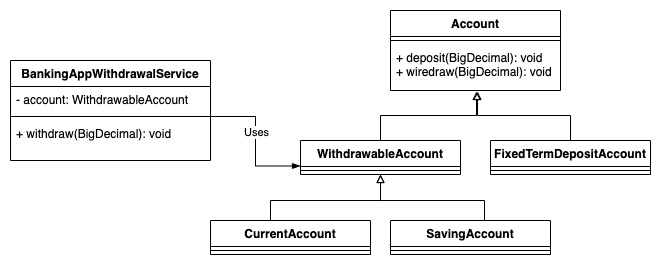
The draw.io diagram diagrams/lsp-after.png in mauriciogeneroso/solid-principles, before a commit. Source tidied: cells renumbered, new cells last; positions are measured from the earlier drawing's top-left corner, leaving out a move shared by most shapes.
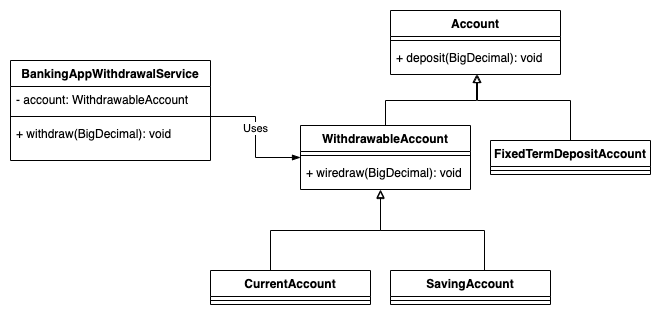
After the commit.

Commit message:
updated lsp diagram

The edit, as a diff of the source:
```diff
@@ -3,25 +3,29 @@
     <mxCell id="0" />
     <mxCell id="1" parent="0" />
     <mxCell id="2" value="Account" style="swimlane;fontStyle=1;align=center;verticalAlign=top;horizontal=1;startSize=26;" parent="1" vertex="1">
-      <mxGeometry x="380" width="170" height="80" as="geometry" />
+      <mxGeometry x="380" width="170" height="64" as="geometry" />
     </mxCell>
     <mxCell id="3" style="line;strokeWidth=1;fillColor=none;align=left;verticalAlign=middle;spacingTop=-1;spacingLeft=3;spacingRight=3;labelPosition=right;" parent="2" vertex="1">
       <mxGeometry y="26" width="170" height="8" as="geometry" />
     </mxCell>
-    <mxCell id="4" value="+ deposit(BigDecimal): void&#10;+ wiredraw(BigDecimal): void" style="text;strokeColor=none;fillColor=none;align=left;verticalAlign=top;spacingLeft=4;spacingRight=4;overflow=hidden;points=[[0,0.5],[1,0.5]];portConstraint=eastwest;" parent="2" vertex="1">
-      <mxGeometry y="34" width="170" height="46" as="geometry" />
+    <mxCell id="4" value="+ deposit(BigDecimal): void" style="text;strokeColor=none;fillColor=none;align=left;verticalAlign=top;spacingLeft=4;spacingRight=4;overflow=hidden;points=[[0,0.5],[1,0.5]];portConstraint=eastwest;" parent="2" vertex="1">
+      <mxGeometry y="34" width="170" height="30" as="geometry" />
     </mxCell>
-    <mxCell id="5" style="edgeStyle=orthogonalEdgeStyle;rounded=0;jettySize=auto;html=1;entryX=0.506;entryY=1.022;entryDx=0;entryDy=0;entryPerimeter=0;strokeColor=default;endArrow=block;endFill=0;" parent="1" edge="1" source="6" target="4">
-      <mxGeometry relative="1" as="geometry" />
+    <mxCell id="5" style="edgeStyle=orthogonalEdgeStyle;rounded=0;jettySize=auto;html=1;strokeColor=default;endArrow=block;endFill=0;exitX=0.5;exitY=0;exitDx=0;exitDy=0;" parent="1" edge="1" source="6" target="4">
+      <mxGeometry relative="1" as="geometry">
+        <Array as="points">
+          <mxPoint x="375" y="90" />
+          <mxPoint x="466" y="90" />
+        </Array>
+      </mxGeometry>
     </mxCell>
-    <mxCell id="6" value="WithdrawableAccount" style="swimlane;fontStyle=1;align=center;verticalAlign=top;horizontal=1;startSize=26;" parent="1" vertex="1">
-      <mxGeometry x="290" y="130" width="160" height="34" as="geometry" />
-    </mxCell>
-    <mxCell id="7" style="line;strokeWidth=1;fillColor=none;align=left;verticalAlign=middle;spacingTop=-1;spacingLeft=3;spacingRight=3;labelPosition=right;" parent="6" vertex="1">
-      <mxGeometry y="26" width="160" height="8" as="geometry" />
-    </mxCell>
-    <mxCell id="8" style="edgeStyle=orthogonalEdgeStyle;rounded=0;jettySize=auto;html=1;entryX=0.512;entryY=1.022;entryDx=0;entryDy=0;entryPerimeter=0;endArrow=block;endFill=0;strokeColor=default;" parent="1" edge="1" source="9" target="4">
-      <mxGeometry relative="1" as="geometry" />
+    <mxCell id="8" style="edgeStyle=orthogonalEdgeStyle;rounded=0;jettySize=auto;html=1;endArrow=block;endFill=0;strokeColor=default;" parent="1" edge="1" source="9" target="4">
+      <mxGeometry relative="1" as="geometry">
+        <Array as="points">
+          <mxPoint x="560" y="90" />
+          <mxPoint x="467" y="90" />
+        </Array>
+      </mxGeometry>
     </mxCell>
     <mxCell id="9" value="FixedTermDepositAccount" style="swimlane;fontStyle=1;align=center;verticalAlign=top;horizontal=1;startSize=26;" parent="1" vertex="1">
       <mxGeometry x="480" y="130" width="160" height="34" as="geometry" />
@@ -41,39 +45,50 @@
     <mxCell id="14" value="+ withdraw(BigDecimal): void" style="text;strokeColor=none;fillColor=none;align=left;verticalAlign=top;spacingLeft=4;spacingRight=4;overflow=hidden;" parent="11" vertex="1">
       <mxGeometry y="60" width="200" height="40" as="geometry" />
     </mxCell>
-    <mxCell id="15" style="edgeStyle=orthogonalEdgeStyle;rounded=0;jettySize=auto;html=1;entryX=0;entryY=0.75;entryDx=0;entryDy=0;endArrow=blockThin;endFill=1;strokeColor=default;" parent="1" edge="1" source="13" target="6">
+    <mxCell id="15" style="edgeStyle=orthogonalEdgeStyle;rounded=0;jettySize=auto;html=1;entryX=0;entryY=0.5;entryDx=0;entryDy=0;endArrow=blockThin;endFill=1;strokeColor=default;" parent="1" edge="1" source="13" target="6">
       <mxGeometry relative="1" as="geometry" />
     </mxCell>
     <mxCell id="16" value="Uses" style="edgeLabel;html=1;align=center;verticalAlign=middle;" parent="15" vertex="1">
       <mxGeometry x="-0.14" relative="1" as="geometry" />
     </mxCell>
-    <mxCell id="17" style="edgeStyle=orthogonalEdgeStyle;rounded=0;jettySize=auto;html=1;endArrow=block;endFill=0;strokeColor=default;exitX=0.5;exitY=0;exitDx=0;exitDy=0;entryX=0.5;entryY=1;entryDx=0;entryDy=0;" parent="1" edge="1" source="18" target="6">
+    <mxCell id="17" style="edgeStyle=orthogonalEdgeStyle;rounded=0;jettySize=auto;html=1;endArrow=block;endFill=0;strokeColor=default;exitX=0.5;exitY=0;exitDx=0;exitDy=0;" parent="1" edge="1" source="18" target="24">
       <mxGeometry relative="1" as="geometry">
         <Array as="points">
-          <mxPoint x="260" y="190" />
-          <mxPoint x="370" y="190" />
+          <mxPoint x="260" y="260" />
+          <mxPoint x="260" y="220" />
+          <mxPoint x="370" y="220" />
         </Array>
       </mxGeometry>
     </mxCell>
     <mxCell id="18" value="CurrentAccount" style="swimlane;fontStyle=1;align=center;verticalAlign=top;horizontal=1;startSize=26;" parent="1" vertex="1">
-      <mxGeometry x="200" y="210" width="160" height="34" as="geometry" />
+      <mxGeometry x="200" y="260" width="160" height="34" as="geometry" />
     </mxCell>
     <mxCell id="19" style="line;strokeWidth=1;fillColor=none;align=left;verticalAlign=middle;spacingTop=-1;spacingLeft=3;spacingRight=3;labelPosition=right;" parent="18" vertex="1">
       <mxGeometry y="26" width="160" height="8" as="geometry" />
     </mxCell>
-    <mxCell id="20" style="edgeStyle=orthogonalEdgeStyle;rounded=0;jettySize=auto;html=1;endArrow=block;endFill=0;strokeColor=default;entryX=0.5;entryY=1;entryDx=0;entryDy=0;" parent="1" edge="1" source="21" target="6">
+    <mxCell id="20" style="edgeStyle=orthogonalEdgeStyle;rounded=0;jettySize=auto;html=1;endArrow=block;endFill=0;strokeColor=default;" parent="1" edge="1" source="21">
       <mxGeometry relative="1" as="geometry">
+        <mxPoint x="370" y="180" as="targetPoint" />
         <Array as="points">
-          <mxPoint x="474" y="190" />
-          <mxPoint x="370" y="190" />
+          <mxPoint x="474" y="220" />
+          <mxPoint x="370" y="220" />
         </Array>
       </mxGeometry>
     </mxCell>
     <mxCell id="21" value="SavingAccount" style="swimlane;fontStyle=1;align=center;verticalAlign=top;horizontal=1;startSize=26;" parent="1" vertex="1">
-      <mxGeometry x="380" y="210" width="160" height="34" as="geometry" />
+      <mxGeometry x="380" y="260" width="160" height="34" as="geometry" />
     </mxCell>
     <mxCell id="22" style="line;strokeWidth=1;fillColor=none;align=left;verticalAlign=middle;spacingTop=-1;spacingLeft=3;spacingRight=3;labelPosition=right;" parent="21" vertex="1">
       <mxGeometry y="26" width="160" height="8" as="geometry" />
     </mxCell>
+    <mxCell id="6" value="WithdrawableAccount" style="swimlane;fontStyle=1;align=center;verticalAlign=top;horizontal=1;startSize=26;" parent="1" vertex="1">
+      <mxGeometry x="290" y="115" width="170" height="64" as="geometry" />
+    </mxCell>
+    <mxCell id="23" style="line;strokeWidth=1;fillColor=none;align=left;verticalAlign=middle;spacingTop=-1;spacingLeft=3;spacingRight=3;labelPosition=right;" parent="6" vertex="1">
+      <mxGeometry y="26" width="170" height="8" as="geometry" />
+    </mxCell>
+    <mxCell id="24" value="+ wiredraw(BigDecimal): void" style="text;strokeColor=none;fillColor=none;align=left;verticalAlign=top;spacingLeft=4;spacingRight=4;overflow=hidden;points=[[0,0.5],[1,0.5]];portConstraint=eastwest;" parent="6" vertex="1">
+      <mxGeometry y="34" width="170" height="30" as="geometry" />
+    </mxCell>
   </root>
 </mxGraphModel>
```
